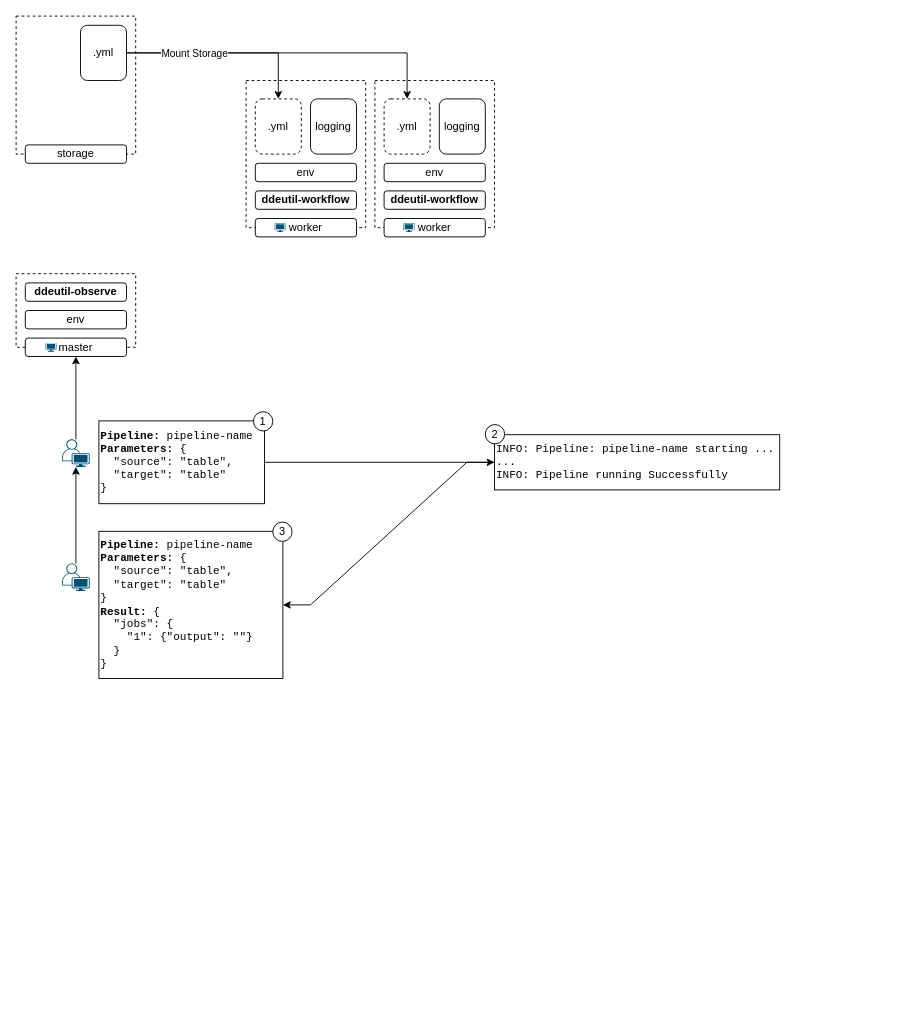
This is page "component" (1 of 2) of docs/assets/diagram.drawio from ddeutils/ddeutil-workflow, a draw.io file, before an edit. Source tidied: cells renumbered, new cells numbered last; positions are measured from the earlier drawing's top-left corner, leaving out a move shared by most shapes. Both pictures are drawn from the tidied source at 92%, with x=0, y=0 at pixel (16, 16).
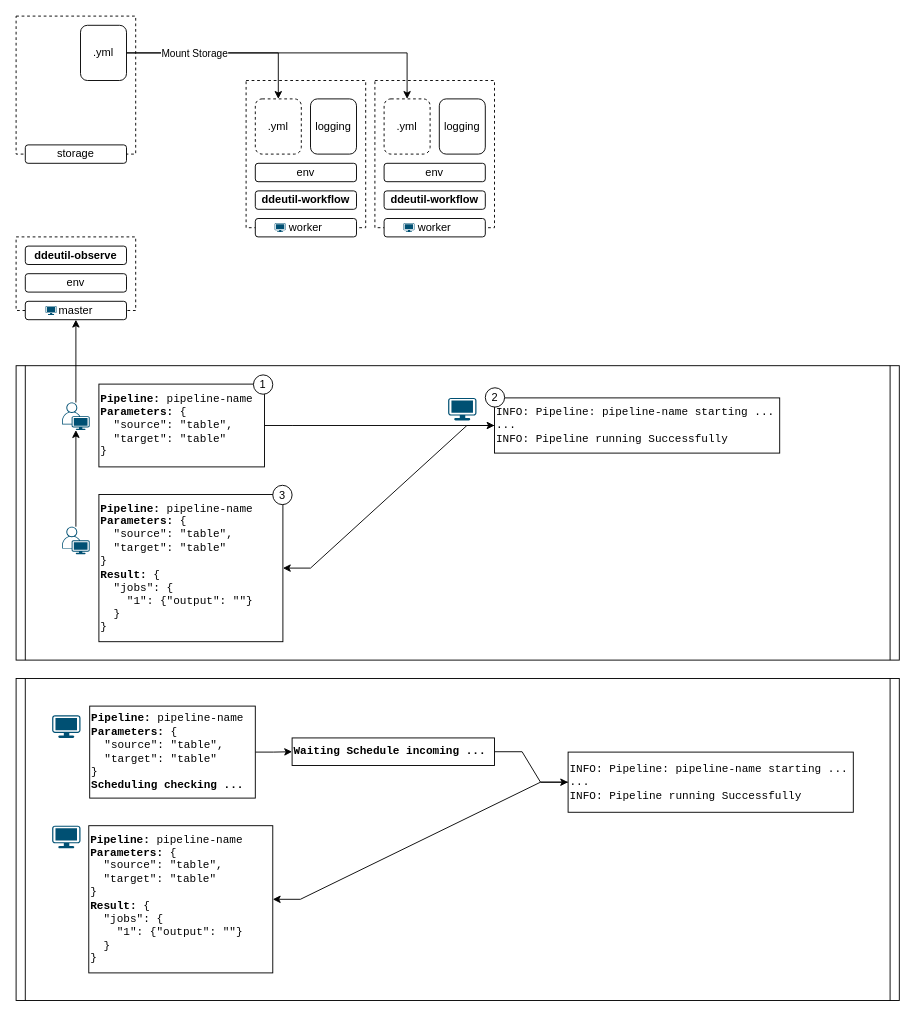
After the change.

The edit, as a diff of the source:
```diff
@@
+    <mxCell id="39" style="shape=process;whiteSpace=wrap;html=1;backgroundOutline=1;size=0.010526315789473684;gradientColor=none;fillColor=none;strokeColor=default;" parent="1" vertex="1">
+      <mxGeometry y="380" width="960" height="320" as="geometry" />
+    </mxCell>
     <mxCell id="2" style="rounded=0;whiteSpace=wrap;html=1;fillColor=none;dashed=1;" parent="1" vertex="1">
-      <mxGeometry y="280" width="130" height="80" as="geometry" />
+      <mxGeometry y="240" width="130" height="80" as="geometry" />
     </mxCell>
@@
     <mxCell id="15" value="ddeutil-observe" style="rounded=1;whiteSpace=wrap;html=1;fontStyle=1;" parent="1" vertex="1">
-      <mxGeometry x="10" y="290" width="110" height="20" as="geometry" />
+      <mxGeometry x="10" y="250" width="110" height="20" as="geometry" />
     </mxCell>
     <mxCell id="16" value="env" style="rounded=1;whiteSpace=wrap;html=1;" parent="1" vertex="1">
-      <mxGeometry x="10" y="320" width="110" height="20" as="geometry" />
+      <mxGeometry x="10" y="280" width="110" height="20" as="geometry" />
     </mxCell>
     <mxCell id="17" value="master" style="rounded=1;whiteSpace=wrap;html=1;" parent="1" vertex="1">
-      <mxGeometry x="10" y="350" width="110" height="20" as="geometry" />
+      <mxGeometry x="10" y="310" width="110" height="20" as="geometry" />
     </mxCell>
@@
     <mxCell id="25" style="points=[[0.35,0,0],[0.98,0.51,0],[1,0.71,0],[0.67,1,0],[0,0.795,0],[0,0.65,0]];verticalLabelPosition=bottom;sketch=0;html=1;verticalAlign=top;align=center;shape=mxgraph.cisco19.user;fillColor=#005073;strokeColor=none;" parent="1" vertex="1">
-      <mxGeometry x="50" y="460" width="30" height="30" as="geometry" />
+      <mxGeometry x="50" y="420" width="30" height="30" as="geometry" />
     </mxCell>
     <mxCell id="26" style="verticalLabelPosition=bottom;sketch=0;html=1;verticalAlign=top;align=center;shape=mxgraph.cisco19.workstation;fillColor=#005073;strokeColor=none;" parent="1" vertex="1">
-      <mxGeometry x="32" y="355.2" width="12" height="9.6" as="geometry" />
+      <mxGeometry x="32" y="315.2" width="12" height="9.6" as="geometry" />
     </mxCell>
@@
     <mxCell id="28" value="&lt;b&gt;Pipeline:&lt;/b&gt; pipeline-name&lt;div&gt;&lt;b&gt;Parameters:&lt;/b&gt; {&lt;/div&gt;&lt;div&gt;&amp;nbsp; &quot;source&quot;: &quot;table&quot;,&lt;/div&gt;&lt;div&gt;&amp;nbsp; &quot;target&quot;: &quot;table&quot;&lt;/div&gt;&lt;div&gt;}&lt;/div&gt;" style="rounded=0;whiteSpace=wrap;html=1;align=left;fontFamily=Courier New;" parent="1" vertex="1">
-      <mxGeometry x="90" y="440" width="180" height="90" as="geometry" />
+      <mxGeometry x="90" y="400" width="180" height="90" as="geometry" />
     </mxCell>
@@
     <mxCell id="32" value="&lt;span style=&quot;font-weight: normal;&quot;&gt;INFO: Pipeline: pipeline-name starting ...&lt;/span&gt;&lt;div&gt;&lt;span style=&quot;font-weight: normal;&quot;&gt;...&lt;/span&gt;&lt;/div&gt;&lt;div&gt;&lt;span style=&quot;font-weight: normal;&quot;&gt;INFO: Pipeline running Successfully&lt;/span&gt;&lt;/div&gt;" style="rounded=0;whiteSpace=wrap;html=1;align=left;fontFamily=Courier New;fontStyle=1;" parent="1" vertex="1">
-      <mxGeometry x="520" y="455" width="310" height="60" as="geometry" />
+      <mxGeometry x="520" y="415" width="310" height="60" as="geometry" />
     </mxCell>
     <mxCell id="33" value="&lt;b&gt;Pipeline:&lt;/b&gt; pipeline-name&lt;div&gt;&lt;b&gt;Parameters:&lt;/b&gt; {&lt;/div&gt;&lt;div&gt;&amp;nbsp; &quot;source&quot;: &quot;table&quot;,&lt;/div&gt;&lt;div&gt;&amp;nbsp; &quot;target&quot;: &quot;table&quot;&lt;/div&gt;&lt;div&gt;}&lt;/div&gt;&lt;div&gt;&lt;b&gt;Result:&lt;/b&gt; {&lt;/div&gt;&lt;div&gt;&amp;nbsp; &quot;jobs&quot;: {&lt;/div&gt;&lt;div&gt;&amp;nbsp; &amp;nbsp; &quot;1&quot;: {&quot;output&quot;: &quot;&quot;}&lt;/div&gt;&lt;div&gt;&amp;nbsp; }&lt;br&gt;&lt;/div&gt;&lt;div&gt;}&lt;/div&gt;" style="rounded=0;whiteSpace=wrap;html=1;align=left;fontFamily=Courier New;" parent="1" vertex="1">
-      <mxGeometry x="90" y="560" width="200" height="160" as="geometry" />
+      <mxGeometry x="90" y="520" width="200" height="160" as="geometry" />
     </mxCell>
@@
     <mxCell id="35" style="points=[[0.35,0,0],[0.98,0.51,0],[1,0.71,0],[0.67,1,0],[0,0.795,0],[0,0.65,0]];verticalLabelPosition=bottom;sketch=0;html=1;verticalAlign=top;align=center;shape=mxgraph.cisco19.user;fillColor=#005073;strokeColor=none;" parent="1" vertex="1">
-      <mxGeometry x="50" y="595" width="30" height="30" as="geometry" />
+      <mxGeometry x="50" y="555" width="30" height="30" as="geometry" />
     </mxCell>
     <mxCell id="36" value="1" style="ellipse;whiteSpace=wrap;html=1;" parent="1" vertex="1">
-      <mxGeometry x="258" y="430" width="21" height="21" as="geometry" />
+      <mxGeometry x="258" y="390" width="21" height="21" as="geometry" />
     </mxCell>
     <mxCell id="37" value="2" style="ellipse;whiteSpace=wrap;html=1;" parent="1" vertex="1">
-      <mxGeometry x="510" y="444" width="21" height="21" as="geometry" />
+      <mxGeometry x="510" y="404" width="21" height="21" as="geometry" />
     </mxCell>
     <mxCell id="38" value="3" style="ellipse;whiteSpace=wrap;html=1;" parent="1" vertex="1">
-      <mxGeometry x="279" y="550" width="21" height="21" as="geometry" />
+      <mxGeometry x="279" y="510" width="21" height="21" as="geometry" />
     </mxCell>
+    <mxCell id="40" style="shape=process;whiteSpace=wrap;html=1;backgroundOutline=1;size=0.010526315789473684;gradientColor=none;fillColor=none;strokeColor=default;" parent="1" vertex="1">
+      <mxGeometry y="720" width="960" height="350" as="geometry" />
+    </mxCell>
+    <mxCell id="41" style="verticalLabelPosition=bottom;sketch=0;html=1;verticalAlign=top;align=center;shape=mxgraph.cisco19.workstation;fillColor=#005073;strokeColor=none;" parent="1" vertex="1">
+      <mxGeometry x="39.2" y="760" width="30.8" height="24.6" as="geometry" />
+    </mxCell>
+    <mxCell id="42" style="edgeStyle=orthogonalEdgeStyle;rounded=0;jettySize=auto;html=1;entryX=0;entryY=0.5;entryDx=0;entryDy=0;" parent="1" edge="1" source="43" target="46">
+      <mxGeometry relative="1" as="geometry" />
+    </mxCell>
+    <mxCell id="43" value="&lt;b&gt;Pipeline:&lt;/b&gt; pipeline-name&lt;div&gt;&lt;b&gt;Parameters:&lt;/b&gt; {&lt;/div&gt;&lt;div&gt;&amp;nbsp; &quot;source&quot;: &quot;table&quot;,&lt;/div&gt;&lt;div&gt;&amp;nbsp; &quot;target&quot;: &quot;table&quot;&lt;/div&gt;&lt;div&gt;}&lt;/div&gt;&lt;div&gt;&lt;b&gt;Scheduling checking ...&lt;/b&gt;&lt;/div&gt;" style="rounded=0;whiteSpace=wrap;html=1;align=left;fontFamily=Courier New;" parent="1" vertex="1">
+      <mxGeometry x="80" y="750" width="180" height="100" as="geometry" />
+    </mxCell>
+    <mxCell id="44" style="verticalLabelPosition=bottom;sketch=0;html=1;verticalAlign=top;align=center;shape=mxgraph.cisco19.workstation;fillColor=#005073;strokeColor=none;" parent="1" vertex="1">
+      <mxGeometry x="469.6" y="415" width="30.8" height="24.6" as="geometry" />
+    </mxCell>
+    <mxCell id="45" style="edgeStyle=entityRelationEdgeStyle;rounded=0;jettySize=auto;html=1;" parent="1" edge="1" source="46" target="48">
+      <mxGeometry relative="1" as="geometry" />
+    </mxCell>
+    <mxCell id="46" value="&lt;b&gt;Waiting Schedule incoming ...&lt;/b&gt;" style="rounded=0;whiteSpace=wrap;html=1;align=left;fontFamily=Courier New;" parent="1" vertex="1">
+      <mxGeometry x="300" y="784.6" width="220" height="30" as="geometry" />
+    </mxCell>
+    <mxCell id="47" style="edgeStyle=entityRelationEdgeStyle;rounded=0;jettySize=auto;html=1;entryX=1;entryY=0.5;entryDx=0;entryDy=0;" parent="1" edge="1" source="48" target="49">
+      <mxGeometry relative="1" as="geometry" />
+    </mxCell>
+    <mxCell id="48" value="INFO: Pipeline: pipeline-name starting ...&lt;div style=&quot;font-weight: 700;&quot;&gt;&lt;span style=&quot;font-weight: normal;&quot;&gt;...&lt;/span&gt;&lt;/div&gt;&lt;div style=&quot;font-weight: 700;&quot;&gt;&lt;span style=&quot;font-weight: normal;&quot;&gt;INFO: Pipeline running Successfully&lt;/span&gt;&lt;/div&gt;" style="rounded=0;whiteSpace=wrap;html=1;align=left;fontFamily=Courier New;" parent="1" vertex="1">
+      <mxGeometry x="600" y="800" width="310" height="65.4" as="geometry" />
+    </mxCell>
+    <mxCell id="49" value="&lt;b&gt;Pipeline:&lt;/b&gt; pipeline-name&lt;div&gt;&lt;b&gt;Parameters:&lt;/b&gt; {&lt;/div&gt;&lt;div&gt;&amp;nbsp; &quot;source&quot;: &quot;table&quot;,&lt;/div&gt;&lt;div&gt;&amp;nbsp; &quot;target&quot;: &quot;table&quot;&lt;/div&gt;&lt;div&gt;}&lt;/div&gt;&lt;div&gt;&lt;b&gt;Result:&lt;/b&gt; {&lt;/div&gt;&lt;div&gt;&amp;nbsp; &quot;jobs&quot;: {&lt;/div&gt;&lt;div&gt;&amp;nbsp; &amp;nbsp; &quot;1&quot;: {&quot;output&quot;: &quot;&quot;}&lt;/div&gt;&lt;div&gt;&amp;nbsp; }&lt;br&gt;&lt;/div&gt;&lt;div&gt;}&lt;/div&gt;" style="rounded=0;whiteSpace=wrap;html=1;align=left;fontFamily=Courier New;" parent="1" vertex="1">
+      <mxGeometry x="79" y="880" width="200" height="160" as="geometry" />
+    </mxCell>
+    <mxCell id="50" style="verticalLabelPosition=bottom;sketch=0;html=1;verticalAlign=top;align=center;shape=mxgraph.cisco19.workstation;fillColor=#005073;strokeColor=none;" parent="1" vertex="1">
+      <mxGeometry x="39.2" y="880" width="30.8" height="24.6" as="geometry" />
+    </mxCell>
```
